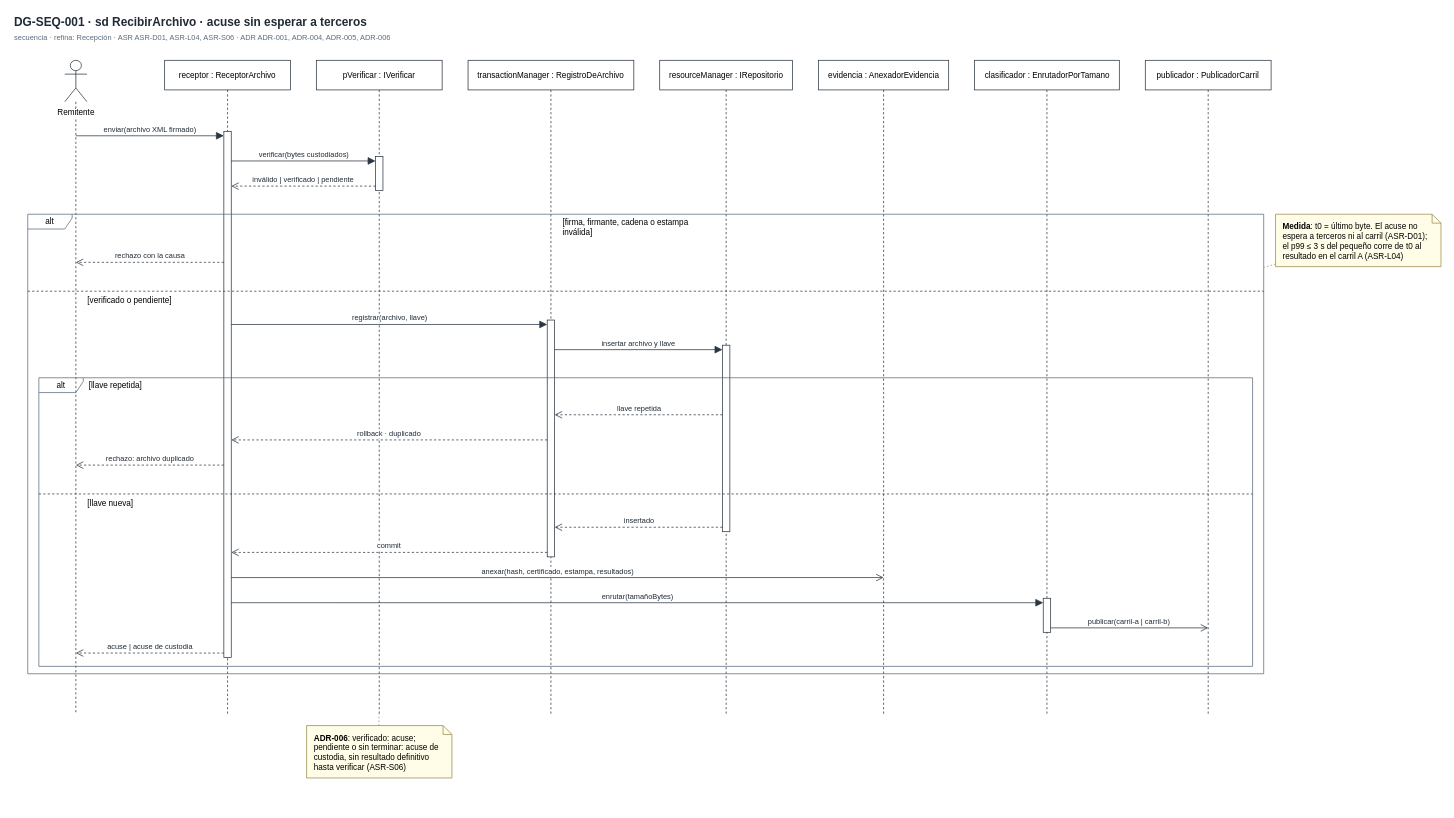
This is page "DG-SEQ-001 · Recepción (secuencia interna)" (2 of 4) of docs/modelos/drawio/vista-concurrencia.drawio from MATI-MBIT/arqsoft-reto-4, a draw.io file, before an edit. Source tidied: cells renumbered, new cells numbered last; positions are measured from the earlier drawing's top-left corner, leaving out a move shared by most shapes. Both pictures are drawn from the tidied source at 74%, with x=0, y=0 at pixel (13, 13).
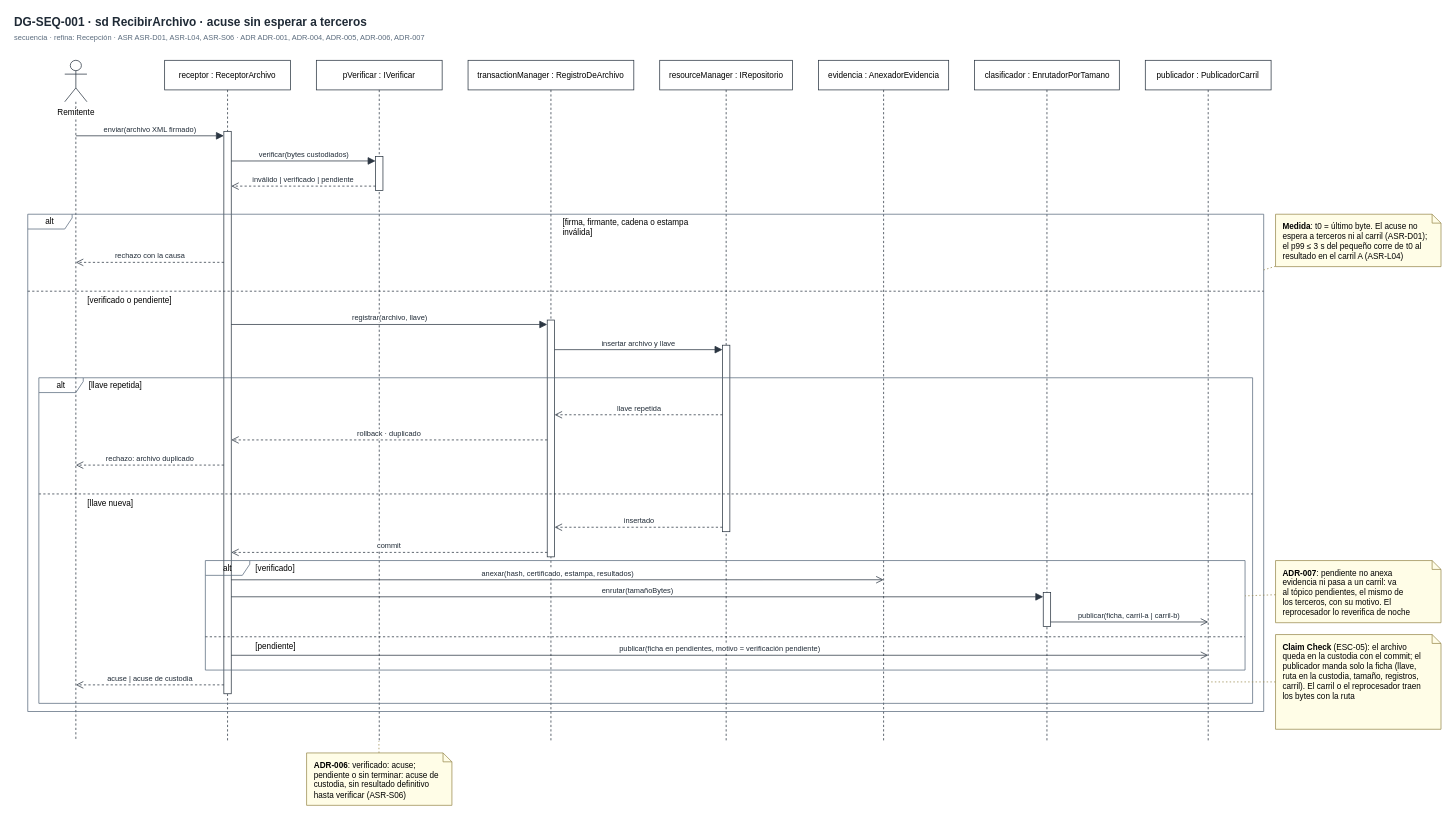
The same page after the edit.

Unchanged cells that the change refers to:
```xml
<mxCell id="13" style="html=1;points=[[0,0,0,0,5],[0,1,0,0,-5],[1,0,0,0,5],[1,1,0,0,-5]];perimeter=orthogonalPerimeter;outlineConnect=0;targetShapes=umlLifeline;portConstraint=eastwest;fillColor=#FFFFFF;strokeColor=#2B3642;fila=C12;" parent="6" vertex="1">
  <mxGeometry x="80" y="130" width="10" height="46" as="geometry" />
</mxCell>
<mxCell id="14" style="html=1;points=[[0,0,0,0,5],[0,1,0,0,-5],[1,0,0,0,5],[1,1,0,0,-5]];perimeter=orthogonalPerimeter;outlineConnect=0;targetShapes=umlLifeline;portConstraint=eastwest;fillColor=#FFFFFF;strokeColor=#2B3642;fila=C12;" parent="7" vertex="1">
  <mxGeometry x="107" y="351" width="10" height="320" as="geometry" />
</mxCell>
```

The edit, as a diff of the source:
```diff
@@
-    <mxCell id="3" value="secuencia · refina: Recepción · ASR ASR-D01, ASR-L04, ASR-S06 · ADR ADR-001, ADR-004, ADR-005, ADR-006" style="text;html=1;align=left;verticalAlign=middle;fontSize=10;fontColor=#5A6B7D;" parent="1" vertex="1">
+    <mxCell id="3" value="secuencia · refina: Recepción · ASR ASR-D01, ASR-L04, ASR-S06 · ADR ADR-001, ADR-004, ADR-005, ADR-006, ADR-007" style="text;html=1;align=left;verticalAlign=middle;fontSize=10;fontColor=#5A6B7D;" parent="1" vertex="1">
       <mxGeometry y="26" width="1700.2" height="14" as="geometry" />
     </mxCell>
     <mxCell id="4" value="Remitente" style="shape=umlLifeline;perimeter=lifelinePerimeter;whiteSpace=nowrap;html=1;outlineConnect=0;portConstraint=eastwest;size=56;fontSize=11;participant=umlActor;verticalAlign=top;spacingTop=58;labelBackgroundColor=#ffffff;fillColor=#FFFFFF;strokeColor=#2B3642;fila=C4;" parent="1" vertex="1">
-      <mxGeometry x="70" y="64" width="30" height="883" as="geometry" />
+      <mxGeometry x="70" y="64" width="30" height="920" as="geometry" />
     </mxCell>
     <mxCell id="5" value="receptor : ReceptorArchivo" style="shape=umlLifeline;perimeter=lifelinePerimeter;whiteSpace=wrap;html=1;size=40;fontSize=11;fillColor=#FFFFFF;strokeColor=#2B3642;fila=C4;" parent="1" vertex="1">
-      <mxGeometry x="205" y="64" width="170" height="883" as="geometry" />
+      <mxGeometry x="205" y="64" width="170" height="920" as="geometry" />
     </mxCell>
     <mxCell id="6" value="pVerificar : IVerificar" style="shape=umlLifeline;perimeter=lifelinePerimeter;whiteSpace=wrap;html=1;outlineConnect=0;portConstraint=eastwest;size=40;fontSize=11;fillColor=#FFFFFF;strokeColor=#2B3642;fila=C4;" parent="1" vertex="1">
-      <mxGeometry x="410" y="64" width="170" height="883" as="geometry" />
+      <mxGeometry x="410" y="64" width="170" height="920" as="geometry" />
     </mxCell>
     <mxCell id="7" value="transactionManager : RegistroDeArchivo" style="shape=umlLifeline;perimeter=lifelinePerimeter;whiteSpace=wrap;html=1;size=40;fontSize=11;fillColor=#FFFFFF;strokeColor=#2B3642;fila=C4;" parent="1" vertex="1">
-      <mxGeometry x="615" y="64" width="224" height="883" as="geometry" />
+      <mxGeometry x="615" y="64" width="224" height="920" as="geometry" />
     </mxCell>
     <mxCell id="8" value="resourceManager : IRepositorio" style="shape=umlLifeline;perimeter=lifelinePerimeter;whiteSpace=wrap;html=1;size=40;fontSize=11;fillColor=#FFFFFF;strokeColor=#2B3642;fila=C4;" parent="1" vertex="1">
-      <mxGeometry x="874" y="64" width="179.6" height="883" as="geometry" />
+      <mxGeometry x="874" y="64" width="179.6" height="920" as="geometry" />
     </mxCell>
     <mxCell id="9" value="evidencia : AnexadorEvidencia" style="shape=umlLifeline;perimeter=lifelinePerimeter;whiteSpace=wrap;html=1;outlineConnect=0;portConstraint=eastwest;size=40;fontSize=11;fillColor=#FFFFFF;strokeColor=#2B3642;fila=C4;" parent="1" vertex="1">
-      <mxGeometry x="1088.6" y="64" width="175.9" height="883" as="geometry" />
+      <mxGeometry x="1088.6" y="64" width="175.9" height="920" as="geometry" />
     </mxCell>
     <mxCell id="10" value="clasificador : EnrutadorPorTamano" style="shape=umlLifeline;perimeter=lifelinePerimeter;whiteSpace=wrap;html=1;size=40;fontSize=11;fillColor=#FFFFFF;strokeColor=#2B3642;fila=C4;" parent="1" vertex="1">
-      <mxGeometry x="1299.5" y="64" width="195.6" height="883" as="geometry" />
+      <mxGeometry x="1299.5" y="64" width="195.6" height="920" as="geometry" />
     </mxCell>
     <mxCell id="11" value="publicador : PublicadorCarril" style="shape=umlLifeline;perimeter=lifelinePerimeter;whiteSpace=wrap;html=1;outlineConnect=0;portConstraint=eastwest;size=40;fontSize=11;fillColor=#FFFFFF;strokeColor=#2B3642;fila=C4;" parent="1" vertex="1">
-      <mxGeometry x="1530.2" y="64" width="170" height="883" as="geometry" />
+      <mxGeometry x="1530.2" y="64" width="170" height="920" as="geometry" />
     </mxCell>
     <mxCell id="12" style="html=1;points=[[0,0,0,0,5],[0,1,0,0,-5],[1,0,0,0,5],[1,1,0,0,-5]];perimeter=orthogonalPerimeter;outlineConnect=0;targetShapes=umlLifeline;portConstraint=eastwest;fillColor=#FFFFFF;strokeColor=#2B3642;fila=C12;" parent="5" vertex="1">
-      <mxGeometry x="80" y="96" width="10" height="711" as="geometry" />
+      <mxGeometry x="80" y="96" width="10" height="760" as="geometry" />
     </mxCell>
@@
     <mxCell id="16" style="html=1;points=[[0,0,0,0,5],[0,1,0,0,-5],[1,0,0,0,5],[1,1,0,0,-5]];perimeter=orthogonalPerimeter;outlineConnect=0;targetShapes=umlLifeline;portConstraint=eastwest;fillColor=#FFFFFF;strokeColor=#2B3642;fila=C12;" parent="10" vertex="1">
-      <mxGeometry x="92.8" y="727" width="10" height="46" as="geometry" />
+      <mxGeometry x="92.8" y="719" width="10" height="46" as="geometry" />
     </mxCell>
     <mxCell id="17" value="alt" style="shape=umlFrame;whiteSpace=wrap;html=1;width=60;height=20;fontSize=11;fillColor=none;strokeColor=#5A6B7D;fila=C13;" parent="1" vertex="1">
-      <mxGeometry x="20" y="272" width="1670.2" height="621" as="geometry" />
+      <mxGeometry x="20" y="272" width="1670.2" height="672" as="geometry" />
     </mxCell>
@@
     <mxCell id="21" value="alt" style="shape=umlFrame;whiteSpace=wrap;html=1;width=60;height=20;fontSize=11;fillColor=none;strokeColor=#5A6B7D;fila=C13;" parent="1" vertex="1">
-      <mxGeometry x="35" y="493" width="1640.2" height="390" as="geometry" />
+      <mxGeometry x="35" y="493" width="1640.2" height="440" as="geometry" />
     </mxCell>
@@
-    <mxCell id="25" value="enviar(archivo XML firmado)" style="html=1;verticalAlign=bottom;endArrow=block;endFill=1;endSize=8;rounded=0;fontSize=10;labelBackgroundColor=#FFFFFF;strokeColor=#2B3642;fontColor=#1F2A36;exitX=0.5;exitY=0.1155;exitDx=0;exitDy=0;exitPerimeter=0;entryX=0;entryY=0.0084;entryDx=0;entryDy=0;entryPerimeter=0;" parent="1" edge="1" source="4" target="12">
+    <mxCell id="25" value="enviar(archivo XML firmado)" style="html=1;verticalAlign=bottom;endArrow=block;endFill=1;endSize=8;rounded=0;fontSize=10;labelBackgroundColor=#FFFFFF;strokeColor=#2B3642;fontColor=#1F2A36;exitX=0.5;exitY=0.1109;exitDx=0;exitDy=0;exitPerimeter=0;entryX=0;entryY=0.0079;entryDx=0;entryDy=0;entryPerimeter=0;" parent="1" edge="1" source="4" target="12">
       <mxGeometry relative="1" as="geometry" />
     </mxCell>
-    <mxCell id="26" value="verificar(bytes custodiados)" style="html=1;verticalAlign=bottom;endArrow=block;endFill=1;endSize=8;rounded=0;fontSize=10;labelBackgroundColor=#FFFFFF;strokeColor=#2B3642;fontColor=#1F2A36;exitX=1;exitY=0.0563;exitDx=0;exitDy=0;exitPerimeter=0;entryX=0;entryY=0.1304;entryDx=0;entryDy=0;entryPerimeter=0;" parent="1" edge="1" source="12" target="13">
+    <mxCell id="26" value="verificar(bytes custodiados)" style="html=1;verticalAlign=bottom;endArrow=block;endFill=1;endSize=8;rounded=0;fontSize=10;labelBackgroundColor=#FFFFFF;strokeColor=#2B3642;fontColor=#1F2A36;exitX=1;exitY=0.0527;exitDx=0;exitDy=0;exitPerimeter=0;entryX=0;entryY=0.1304;entryDx=0;entryDy=0;entryPerimeter=0;" parent="1" edge="1" source="12" target="13">
       <mxGeometry relative="1" as="geometry" />
     </mxCell>
-    <mxCell id="27" value="inválido | verificado | pendiente" style="html=1;verticalAlign=bottom;dashed=1;endArrow=open;endSize=8;rounded=0;fontSize=10;labelBackgroundColor=#FFFFFF;strokeColor=#2B3642;fontColor=#1F2A36;exitX=0;exitY=0.8696;exitDx=0;exitDy=0;exitPerimeter=0;entryX=1;entryY=0.1041;entryDx=0;entryDy=0;entryPerimeter=0;" parent="1" edge="1" source="13" target="12">
+    <mxCell id="27" value="inválido | verificado | pendiente" style="html=1;verticalAlign=bottom;dashed=1;endArrow=open;endSize=8;rounded=0;fontSize=10;labelBackgroundColor=#FFFFFF;strokeColor=#2B3642;fontColor=#1F2A36;exitX=0;exitY=0.8696;exitDx=0;exitDy=0;exitPerimeter=0;entryX=1;entryY=0.0974;entryDx=0;entryDy=0;entryPerimeter=0;" parent="1" edge="1" source="13" target="12">
       <mxGeometry relative="1" as="geometry" />
     </mxCell>
-    <mxCell id="28" value="rechazo con la causa" style="html=1;verticalAlign=bottom;dashed=1;endArrow=open;endSize=8;rounded=0;fontSize=10;labelBackgroundColor=#FFFFFF;strokeColor=#2B3642;fontColor=#1F2A36;exitX=0;exitY=0.2489;exitDx=0;exitDy=0;exitPerimeter=0;entryX=0.5;entryY=0.3092;entryDx=0;entryDy=0;entryPerimeter=0;" parent="1" edge="1" source="12" target="4">
+    <mxCell id="28" value="rechazo con la causa" style="html=1;verticalAlign=bottom;dashed=1;endArrow=open;endSize=8;rounded=0;fontSize=10;labelBackgroundColor=#FFFFFF;strokeColor=#2B3642;fontColor=#1F2A36;exitX=0;exitY=0.2329;exitDx=0;exitDy=0;exitPerimeter=0;entryX=0.5;entryY=0.2968;entryDx=0;entryDy=0;entryPerimeter=0;" parent="1" edge="1" source="12" target="4">
       <mxGeometry relative="1" as="geometry" />
     </mxCell>
-    <mxCell id="29" value="registrar(archivo, llave)" style="html=1;verticalAlign=bottom;endArrow=block;endFill=1;endSize=8;rounded=0;fontSize=10;labelBackgroundColor=#FFFFFF;strokeColor=#2B3642;fontColor=#1F2A36;exitX=1;exitY=0.3671;exitDx=0;exitDy=0;exitPerimeter=0;entryX=0;entryY=0.0187;entryDx=0;entryDy=0;entryPerimeter=0;" parent="1" edge="1" source="12" target="14">
+    <mxCell id="29" value="registrar(archivo, llave)" style="html=1;verticalAlign=bottom;endArrow=block;endFill=1;endSize=8;rounded=0;fontSize=10;labelBackgroundColor=#FFFFFF;strokeColor=#2B3642;fontColor=#1F2A36;exitX=1;exitY=0.3434;exitDx=0;exitDy=0;exitPerimeter=0;entryX=0;entryY=0.0187;entryDx=0;entryDy=0;entryPerimeter=0;" parent="1" edge="1" source="12" target="14">
       <mxGeometry relative="1" as="geometry" />
     </mxCell>
@@
-    <mxCell id="32" value="rollback · duplicado" style="html=1;verticalAlign=bottom;dashed=1;endArrow=open;endSize=8;rounded=0;fontSize=10;labelBackgroundColor=#FFFFFF;strokeColor=#2B3642;fontColor=#1F2A36;exitX=0;exitY=0.5062;exitDx=0;exitDy=0;exitPerimeter=0;entryX=1;entryY=0.5865;entryDx=0;entryDy=0;entryPerimeter=0;" parent="1" edge="1" source="14" target="12">
+    <mxCell id="32" value="rollback · duplicado" style="html=1;verticalAlign=bottom;dashed=1;endArrow=open;endSize=8;rounded=0;fontSize=10;labelBackgroundColor=#FFFFFF;strokeColor=#2B3642;fontColor=#1F2A36;exitX=0;exitY=0.5062;exitDx=0;exitDy=0;exitPerimeter=0;entryX=1;entryY=0.5487;entryDx=0;entryDy=0;entryPerimeter=0;" parent="1" edge="1" source="14" target="12">
       <mxGeometry relative="1" as="geometry" />
     </mxCell>
-    <mxCell id="33" value="rechazo: archivo duplicado" style="html=1;verticalAlign=bottom;dashed=1;endArrow=open;endSize=8;rounded=0;fontSize=10;labelBackgroundColor=#FFFFFF;strokeColor=#2B3642;fontColor=#1F2A36;exitX=0;exitY=0.6343;exitDx=0;exitDy=0;exitPerimeter=0;entryX=0.5;entryY=0.6195;entryDx=0;entryDy=0;entryPerimeter=0;" parent="1" edge="1" source="12" target="4">
+    <mxCell id="33" value="rechazo: archivo duplicado" style="html=1;verticalAlign=bottom;dashed=1;endArrow=open;endSize=8;rounded=0;fontSize=10;labelBackgroundColor=#FFFFFF;strokeColor=#2B3642;fontColor=#1F2A36;exitX=0;exitY=0.5934;exitDx=0;exitDy=0;exitPerimeter=0;entryX=0.5;entryY=0.5946;entryDx=0;entryDy=0;entryPerimeter=0;" parent="1" edge="1" source="12" target="4">
       <mxGeometry relative="1" as="geometry" />
     </mxCell>
@@
-    <mxCell id="35" value="commit" style="html=1;verticalAlign=bottom;dashed=1;endArrow=open;endSize=8;rounded=0;fontSize=10;labelBackgroundColor=#FFFFFF;strokeColor=#2B3642;fontColor=#1F2A36;exitX=0;exitY=0.9812;exitDx=0;exitDy=0;exitPerimeter=0;entryX=1;entryY=0.8003;entryDx=0;entryDy=0;entryPerimeter=0;" parent="1" edge="1" source="14" target="12">
+    <mxCell id="35" value="commit" style="html=1;verticalAlign=bottom;dashed=1;endArrow=open;endSize=8;rounded=0;fontSize=10;labelBackgroundColor=#FFFFFF;strokeColor=#2B3642;fontColor=#1F2A36;exitX=0;exitY=0.9812;exitDx=0;exitDy=0;exitPerimeter=0;entryX=1;entryY=0.7487;entryDx=0;entryDy=0;entryPerimeter=0;" parent="1" edge="1" source="14" target="12">
       <mxGeometry relative="1" as="geometry" />
     </mxCell>
-    <mxCell id="36" value="anexar(hash, certificado, estampa, resultados)" style="html=1;verticalAlign=bottom;endArrow=open;endSize=8;rounded=0;fontSize=10;labelBackgroundColor=#FFFFFF;strokeColor=#2B3642;fontColor=#1F2A36;exitX=1;exitY=0.8481;exitDx=0;exitDy=0;exitPerimeter=0;entryX=0.5;entryY=0.7916;entryDx=0;entryDy=0;entryPerimeter=0;" parent="1" edge="1" source="12" target="9">
+    <mxCell id="36" value="anexar(hash, certificado, estampa, resultados)" style="html=1;verticalAlign=bottom;endArrow=open;endSize=8;rounded=0;fontSize=10;labelBackgroundColor=#FFFFFF;strokeColor=#2B3642;fontColor=#1F2A36;exitX=1;exitY=0.7974;exitDx=0;exitDy=0;exitPerimeter=0;entryX=0.5;entryY=0.7630;entryDx=0;entryDy=0;entryPerimeter=0;" parent="1" edge="1" source="12" target="9">
       <mxGeometry relative="1" as="geometry" />
     </mxCell>
-    <mxCell id="37" value="enrutar(tamañoBytes)" style="html=1;verticalAlign=bottom;endArrow=block;endFill=1;endSize=8;rounded=0;fontSize=10;labelBackgroundColor=#FFFFFF;strokeColor=#2B3642;fontColor=#1F2A36;exitX=1;exitY=0.8959;exitDx=0;exitDy=0;exitPerimeter=0;entryX=0;entryY=0.1304;entryDx=0;entryDy=0;entryPerimeter=0;" parent="1" edge="1" source="12" target="16">
+    <mxCell id="37" value="enrutar(tamañoBytes)" style="html=1;verticalAlign=bottom;endArrow=block;endFill=1;endSize=8;rounded=0;fontSize=10;labelBackgroundColor=#FFFFFF;strokeColor=#2B3642;fontColor=#1F2A36;exitX=1;exitY=0.8276;exitDx=0;exitDy=0;exitPerimeter=0;entryX=0;entryY=0.1304;entryDx=0;entryDy=0;entryPerimeter=0;" parent="1" edge="1" source="12" target="16">
       <mxGeometry relative="1" as="geometry" />
     </mxCell>
-    <mxCell id="38" value="publicar(carril-a | carril-b)" style="html=1;verticalAlign=bottom;endArrow=open;endSize=8;rounded=0;fontSize=10;labelBackgroundColor=#FFFFFF;strokeColor=#2B3642;fontColor=#1F2A36;exitX=1;exitY=0.8696;exitDx=0;exitDy=0;exitPerimeter=0;entryX=0.5;entryY=0.8686;entryDx=0;entryDy=0;entryPerimeter=0;" parent="1" edge="1" source="16" target="11">
+    <mxCell id="38" value="publicar(ficha, carril-a | carril-b)" style="html=1;verticalAlign=bottom;endArrow=open;endSize=8;rounded=0;fontSize=10;labelBackgroundColor=#FFFFFF;strokeColor=#2B3642;fontColor=#1F2A36;exitX=1;exitY=0.8696;exitDx=0;exitDy=0;exitPerimeter=0;entryX=0.5;entryY=0.8250;entryDx=0;entryDy=0;entryPerimeter=0;" parent="1" edge="1" source="16" target="11">
       <mxGeometry relative="1" as="geometry" />
     </mxCell>
+    <mxCell id="44" value="publicar(ficha en pendientes, motivo = verificación pendiente)" style="html=1;verticalAlign=bottom;endArrow=open;endSize=8;rounded=0;fontSize=10;labelBackgroundColor=#FFFFFF;strokeColor=#2B3642;fontColor=#1F2A36;exitX=1;exitY=0.9316;exitDx=0;exitDy=0;exitPerimeter=0;entryX=0.5;entryY=0.8739;entryDx=0;entryDy=0;entryPerimeter=0;" parent="1" edge="1" source="12" target="11">
+      <mxGeometry relative="1" as="geometry" />
+    </mxCell>
-    <mxCell id="39" value="acuse | acuse de custodia" style="html=1;verticalAlign=bottom;dashed=1;endArrow=open;endSize=8;rounded=0;fontSize=10;labelBackgroundColor=#FFFFFF;strokeColor=#2B3642;fontColor=#1F2A36;exitX=0;exitY=0.9916;exitDx=0;exitDy=0;exitPerimeter=0;entryX=0.5;entryY=0.9071;entryDx=0;entryDy=0;entryPerimeter=0;" parent="1" edge="1" source="12" target="4">
+    <mxCell id="39" value="acuse | acuse de custodia" style="html=1;verticalAlign=bottom;dashed=1;endArrow=open;endSize=8;rounded=0;fontSize=10;labelBackgroundColor=#FFFFFF;strokeColor=#2B3642;fontColor=#1F2A36;exitX=0;exitY=0.9842;exitDx=0;exitDy=0;exitPerimeter=0;entryX=0.5;entryY=0.9174;entryDx=0;entryDy=0;entryPerimeter=0;" parent="1" edge="1" source="12" target="4">
       <mxGeometry relative="1" as="geometry" />
     </mxCell>
     <mxCell id="40" value="&lt;b&gt;ADR-006&lt;/b&gt;: verificado: acuse;&lt;br&gt;pendiente o sin terminar: acuse de&lt;br&gt;custodia, sin resultado definitivo&lt;br&gt;hasta verificar (ASR-S06)" style="shape=note;html=1;size=12;fontSize=11;align=left;verticalAlign=top;spacingLeft=8;spacingRight=14;spacingTop=4;fillColor=#FFFDE7;strokeColor=#9A8B4F;fila=C11;" parent="1" vertex="1">
-      <mxGeometry x="396.8" y="963" width="196.4" height="70.8" as="geometry" />
+      <mxGeometry x="396.8" y="1000" width="196.4" height="70.8" as="geometry" />
     </mxCell>
@@
+    <mxCell id="45" value="alt" style="shape=umlFrame;whiteSpace=wrap;html=1;width=60;height=20;fontSize=11;fillColor=none;strokeColor=#5A6B7D;fila=C13;" parent="1" vertex="1">
+      <mxGeometry x="260" y="740" width="1405" height="148" as="geometry" />
+    </mxCell>
+    <mxCell id="46" value="[verificado]" style="text;html=1;align=left;verticalAlign=middle;fontSize=11;" parent="45" vertex="1">
+      <mxGeometry x="66" width="80" height="20" as="geometry" />
+    </mxCell>
+    <mxCell id="47" style="line;strokeWidth=1;dashed=1;html=1;strokeColor=#2B3642;" parent="45" vertex="1">
+      <mxGeometry y="98" width="1405" height="10" as="geometry" />
+    </mxCell>
+    <mxCell id="48" value="[pendiente]" style="text;html=1;align=left;verticalAlign=middle;fontSize=11;" parent="45" vertex="1">
+      <mxGeometry x="66" y="106" width="80" height="20" as="geometry" />
+    </mxCell>
+    <mxCell id="49" value="&lt;b&gt;ADR-007&lt;/b&gt;: pendiente no anexa&lt;br&gt;evidencia ni pasa a un carril: va&lt;br&gt;al tópico pendientes, el mismo de&lt;br&gt;los terceros, con su motivo. El&lt;br&gt;reprocesador lo reverifica de noche" style="shape=note;html=1;size=12;fontSize=11;align=left;verticalAlign=top;spacingLeft=8;spacingRight=14;spacingTop=4;fillColor=#FFFDE7;strokeColor=#9A8B4F;fila=C11;" parent="1" vertex="1">
+      <mxGeometry x="1706.2" y="740" width="223.6" height="84" as="geometry" />
+    </mxCell>
+    <mxCell id="50" style="endArrow=none;dashed=1;html=1;strokeColor=#9A8B4F;dashPattern=2 3;" parent="1" edge="1" source="49" target="45">
+      <mxGeometry relative="1" as="geometry" />
+    </mxCell>
+    <mxCell id="51" value="&lt;b&gt;Claim Check&lt;/b&gt; (ESC-05): el archivo queda en la custodia con el commit; el publicador manda solo la ficha (llave, ruta en la custodia, tamaño, registros, carril). El carril o el reprocesador traen los bytes con la ruta" style="shape=note;html=1;size=12;fontSize=11;align=left;verticalAlign=top;spacingLeft=8;spacingRight=14;spacingTop=4;fillColor=#FFFDE7;strokeColor=#9A8B4F;fila=C11;whiteSpace=wrap;" parent="1" vertex="1">
+      <mxGeometry x="1706.2" y="840" width="223.6" height="128" as="geometry" />
+    </mxCell>
+    <mxCell id="52" style="endArrow=none;dashed=1;html=1;strokeColor=#9A8B4F;dashPattern=2 3;" parent="1" edge="1" source="51" target="11">
+      <mxGeometry relative="1" as="geometry" />
+    </mxCell>
```
